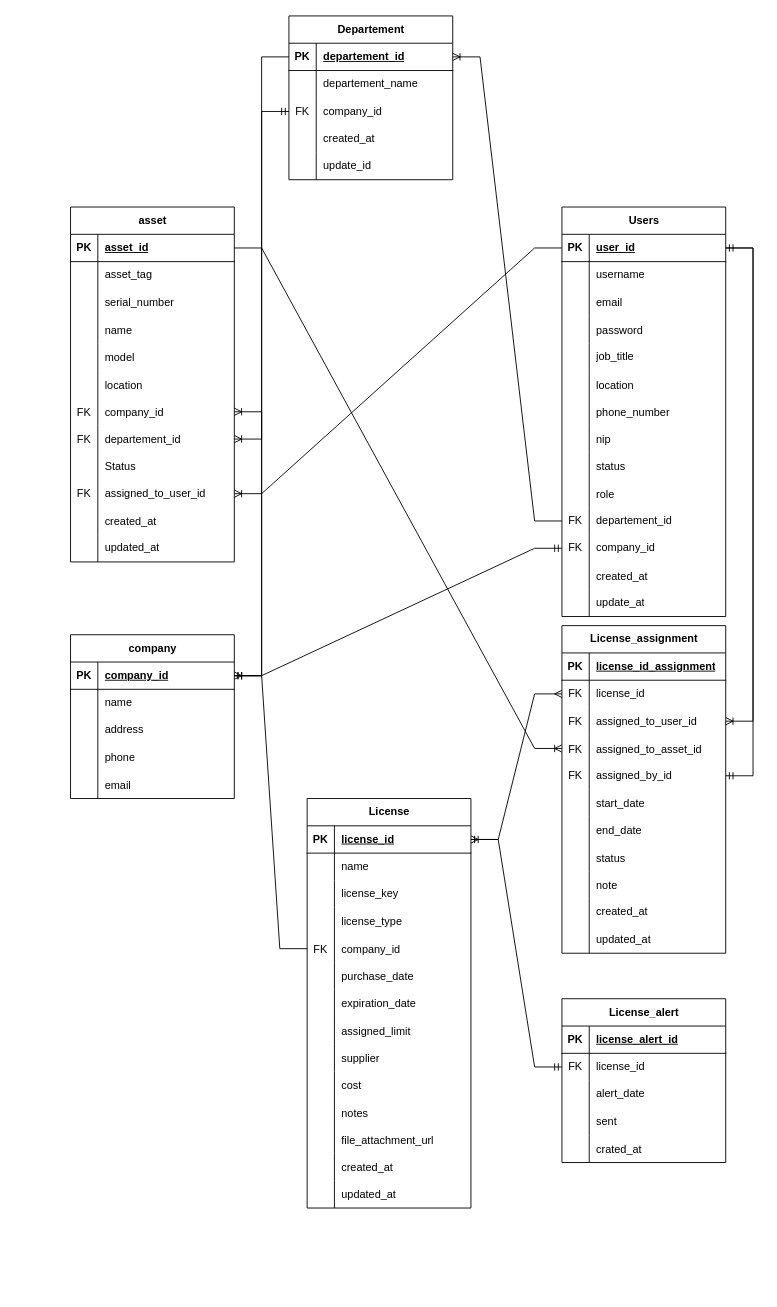
Above: pooling.drawio in ukisatriana/Flow-serv (draw.io), before the change. Source tidied: cells renumbered, new cells numbered last; positions are measured from the earlier drawing's top-left corner, leaving out a move shared by most shapes. Both pictures are drawn from the tidied source at 91%, with x=0, y=0 at pixel (70, 15).
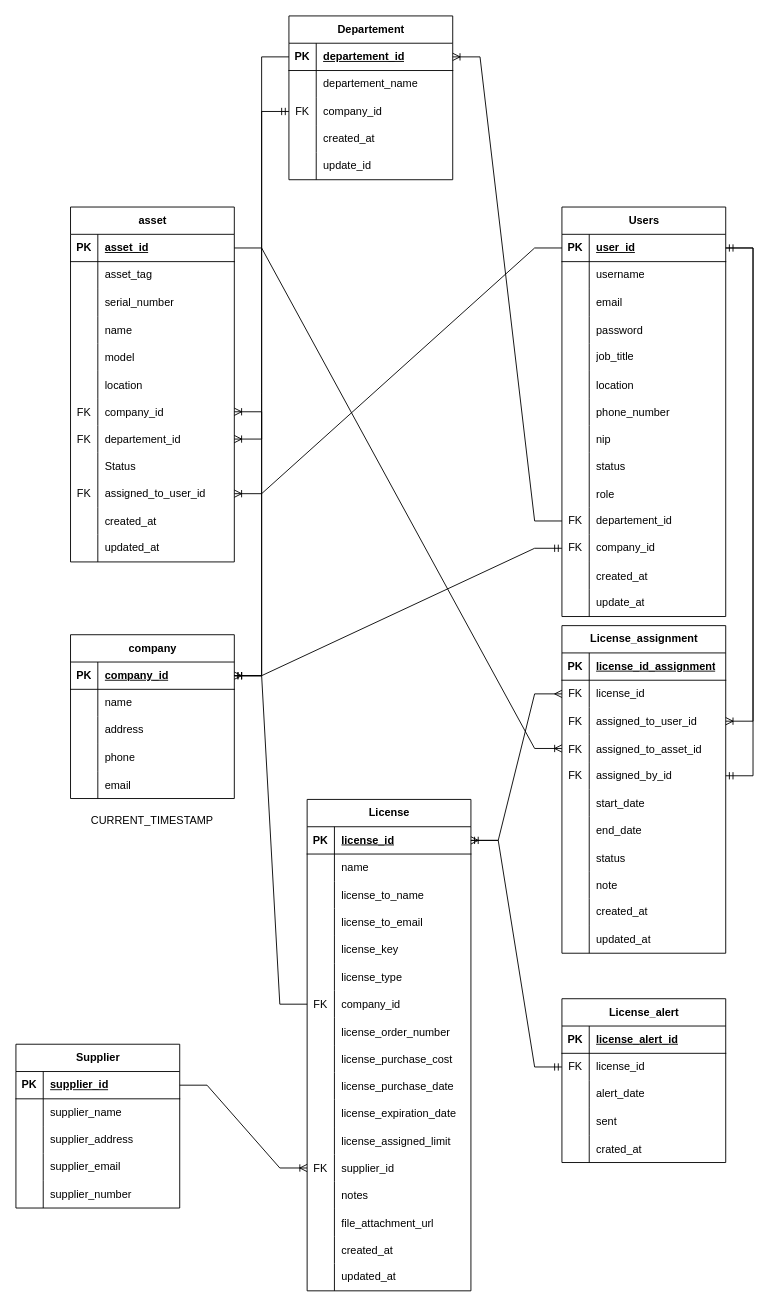
After the change.

Change to the diagram source:
```diff
@@
     <mxCell id="114" value="License" style="shape=table;startSize=30;childLayout=tableLayout;rowLines=0;fontStyle=1;align=center;html=1;" parent="1" vertex="1">
-      <mxGeometry x="260" y="860" width="180" height="450" as="geometry" />
+      <mxGeometry x="260" y="861" width="180" height="540" as="geometry" />
     </mxCell>
@@
+    <mxCell id="219" style="shape=tableRow;horizontal=0;startSize=0;swimlaneHead=0;swimlaneBody=0;fillColor=none;top=0;left=0;right=0;bottom=0;" parent="114" vertex="1">
+      <mxGeometry y="90" width="180" height="30" as="geometry" />
+    </mxCell>
+    <mxCell id="220" style="shape=partialRectangle;fillColor=none;top=0;left=0;bottom=0;right=0;overflow=hidden;" parent="219" vertex="1">
+      <mxGeometry width="30" height="30" as="geometry" />
+    </mxCell>
+    <mxCell id="221" value="license_to_name" style="shape=partialRectangle;fillColor=none;top=0;left=0;bottom=0;right=0;align=left;spacingLeft=6;overflow=hidden;" parent="219" vertex="1">
+      <mxGeometry x="30" width="150" height="30" as="geometry" />
+    </mxCell>
+    <mxCell id="222" style="shape=tableRow;horizontal=0;startSize=0;swimlaneHead=0;swimlaneBody=0;fillColor=none;top=0;left=0;right=0;bottom=0;" parent="114" vertex="1">
+      <mxGeometry y="120" width="180" height="30" as="geometry" />
+    </mxCell>
+    <mxCell id="223" style="shape=partialRectangle;fillColor=none;top=0;left=0;bottom=0;right=0;overflow=hidden;" parent="222" vertex="1">
+      <mxGeometry width="30" height="30" as="geometry" />
+    </mxCell>
+    <mxCell id="224" value="license_to_email" style="shape=partialRectangle;fillColor=none;top=0;left=0;bottom=0;right=0;align=left;spacingLeft=6;overflow=hidden;" parent="222" vertex="1">
+      <mxGeometry x="30" width="150" height="30" as="geometry" />
+    </mxCell>
     <mxCell id="121" style="shape=tableRow;horizontal=0;startSize=0;swimlaneHead=0;swimlaneBody=0;fillColor=none;top=0;left=0;right=0;bottom=0;" parent="114" vertex="1">
-      <mxGeometry y="90" width="180" height="30" as="geometry" />
+      <mxGeometry y="150" width="180" height="30" as="geometry" />
     </mxCell>
@@
     <mxCell id="124" style="shape=tableRow;horizontal=0;startSize=0;swimlaneHead=0;swimlaneBody=0;fillColor=none;top=0;left=0;right=0;bottom=0;" parent="114" vertex="1">
-      <mxGeometry y="120" width="180" height="30" as="geometry" />
+      <mxGeometry y="180" width="180" height="30" as="geometry" />
     </mxCell>
@@
     <mxCell id="127" style="shape=tableRow;horizontal=0;startSize=0;swimlaneHead=0;swimlaneBody=0;fillColor=none;points=[[0,0.5],[1,0.5]];portConstraint=eastwest;top=0;left=0;right=0;bottom=0;" parent="114" vertex="1">
-      <mxGeometry y="150" width="180" height="30" as="geometry" />
+      <mxGeometry y="210" width="180" height="30" as="geometry" />
     </mxCell>
@@
+    <mxCell id="225" style="shape=tableRow;horizontal=0;startSize=0;swimlaneHead=0;swimlaneBody=0;fillColor=none;top=0;left=0;right=0;bottom=0;" parent="114" vertex="1">
+      <mxGeometry y="240" width="180" height="30" as="geometry" />
+    </mxCell>
+    <mxCell id="226" style="shape=partialRectangle;fillColor=none;top=0;left=0;bottom=0;right=0;overflow=hidden;" parent="225" vertex="1">
+      <mxGeometry width="30" height="30" as="geometry" />
+    </mxCell>
+    <mxCell id="227" value="license_order_number" style="shape=partialRectangle;fillColor=none;top=0;left=0;bottom=0;right=0;align=left;spacingLeft=6;overflow=hidden;" parent="225" vertex="1">
+      <mxGeometry x="30" width="150" height="30" as="geometry" />
+    </mxCell>
+    <mxCell id="228" style="shape=tableRow;horizontal=0;startSize=0;swimlaneHead=0;swimlaneBody=0;fillColor=none;top=0;left=0;right=0;bottom=0;" parent="114" vertex="1">
+      <mxGeometry y="270" width="180" height="30" as="geometry" />
+    </mxCell>
+    <mxCell id="229" style="shape=partialRectangle;fillColor=none;top=0;left=0;bottom=0;right=0;overflow=hidden;" parent="228" vertex="1">
+      <mxGeometry width="30" height="30" as="geometry" />
+    </mxCell>
+    <mxCell id="230" value="license_purchase_cost" style="shape=partialRectangle;fillColor=none;top=0;left=0;bottom=0;right=0;align=left;spacingLeft=6;overflow=hidden;" parent="228" vertex="1">
+      <mxGeometry x="30" width="150" height="30" as="geometry" />
+    </mxCell>
     <mxCell id="130" style="shape=tableRow;horizontal=0;startSize=0;swimlaneHead=0;swimlaneBody=0;fillColor=none;top=0;left=0;right=0;bottom=0;" parent="114" vertex="1">
-      <mxGeometry y="180" width="180" height="30" as="geometry" />
+      <mxGeometry y="300" width="180" height="30" as="geometry" />
     </mxCell>
@@
-    <mxCell id="132" value="purchase_date" style="shape=partialRectangle;fillColor=none;top=0;left=0;bottom=0;right=0;align=left;spacingLeft=6;overflow=hidden;" parent="130" vertex="1">
+    <mxCell id="132" value="license_purchase_date" style="shape=partialRectangle;fillColor=none;top=0;left=0;bottom=0;right=0;align=left;spacingLeft=6;overflow=hidden;" parent="130" vertex="1">
       <mxGeometry x="30" width="150" height="30" as="geometry" />
     </mxCell>
     <mxCell id="133" style="shape=tableRow;horizontal=0;startSize=0;swimlaneHead=0;swimlaneBody=0;fillColor=none;top=0;left=0;right=0;bottom=0;" parent="114" vertex="1">
-      <mxGeometry y="210" width="180" height="30" as="geometry" />
+      <mxGeometry y="330" width="180" height="30" as="geometry" />
     </mxCell>
@@
-    <mxCell id="135" value="expiration_date" style="shape=partialRectangle;fillColor=none;top=0;left=0;bottom=0;right=0;align=left;spacingLeft=6;overflow=hidden;" parent="133" vertex="1">
+    <mxCell id="135" value="license_expiration_date" style="shape=partialRectangle;fillColor=none;top=0;left=0;bottom=0;right=0;align=left;spacingLeft=6;overflow=hidden;" parent="133" vertex="1">
       <mxGeometry x="30" width="150" height="30" as="geometry" />
     </mxCell>
     <mxCell id="136" style="shape=tableRow;horizontal=0;startSize=0;swimlaneHead=0;swimlaneBody=0;fillColor=none;top=0;left=0;right=0;bottom=0;" parent="114" vertex="1">
-      <mxGeometry y="240" width="180" height="30" as="geometry" />
+      <mxGeometry y="360" width="180" height="30" as="geometry" />
     </mxCell>
@@
-    <mxCell id="138" value="assigned_limit" style="shape=partialRectangle;fillColor=none;top=0;left=0;bottom=0;right=0;align=left;spacingLeft=6;overflow=hidden;" parent="136" vertex="1">
+    <mxCell id="138" value="license_assigned_limit" style="shape=partialRectangle;fillColor=none;top=0;left=0;bottom=0;right=0;align=left;spacingLeft=6;overflow=hidden;" parent="136" vertex="1">
       <mxGeometry x="30" width="150" height="30" as="geometry" />
     </mxCell>
     <mxCell id="139" style="shape=tableRow;horizontal=0;startSize=0;swimlaneHead=0;swimlaneBody=0;fillColor=none;points=[[0,0.5],[1,0.5]];portConstraint=eastwest;top=0;left=0;right=0;bottom=0;" parent="114" vertex="1">
-      <mxGeometry y="270" width="180" height="30" as="geometry" />
+      <mxGeometry y="390" width="180" height="30" as="geometry" />
     </mxCell>
-    <mxCell id="140" style="shape=partialRectangle;fillColor=none;top=0;left=0;bottom=0;right=0;overflow=hidden;" parent="139" vertex="1">
+    <mxCell id="140" value="FK" style="shape=partialRectangle;fillColor=none;top=0;left=0;bottom=0;right=0;overflow=hidden;" parent="139" vertex="1">
       <mxGeometry width="30" height="30" as="geometry" />
     </mxCell>
-    <mxCell id="141" value="supplier" style="shape=partialRectangle;fillColor=none;top=0;left=0;bottom=0;right=0;align=left;spacingLeft=6;overflow=hidden;" parent="139" vertex="1">
+    <mxCell id="141" value="supplier_id" style="shape=partialRectangle;fillColor=none;top=0;left=0;bottom=0;right=0;align=left;spacingLeft=6;overflow=hidden;" parent="139" vertex="1">
       <mxGeometry x="30" width="150" height="30" as="geometry" />
     </mxCell>
-    <mxCell id="142" style="shape=tableRow;horizontal=0;startSize=0;swimlaneHead=0;swimlaneBody=0;fillColor=none;top=0;left=0;right=0;bottom=0;" parent="114" vertex="1">
-      <mxGeometry y="300" width="180" height="30" as="geometry" />
-    </mxCell>
-    <mxCell id="143" style="shape=partialRectangle;fillColor=none;top=0;left=0;bottom=0;right=0;overflow=hidden;" parent="142" vertex="1">
-      <mxGeometry width="30" height="30" as="geometry" />
-    </mxCell>
-    <mxCell id="144" value="cost" style="shape=partialRectangle;fillColor=none;top=0;left=0;bottom=0;right=0;align=left;spacingLeft=6;overflow=hidden;" parent="142" vertex="1">
-      <mxGeometry x="30" width="150" height="30" as="geometry" />
-    </mxCell>
     <mxCell id="145" style="shape=tableRow;horizontal=0;startSize=0;swimlaneHead=0;swimlaneBody=0;fillColor=none;top=0;left=0;right=0;bottom=0;" parent="114" vertex="1">
-      <mxGeometry y="330" width="180" height="30" as="geometry" />
+      <mxGeometry y="420" width="180" height="30" as="geometry" />
     </mxCell>
@@
     <mxCell id="148" style="shape=tableRow;horizontal=0;startSize=0;swimlaneHead=0;swimlaneBody=0;fillColor=none;top=0;left=0;right=0;bottom=0;" parent="114" vertex="1">
-      <mxGeometry y="360" width="180" height="30" as="geometry" />
+      <mxGeometry y="450" width="180" height="30" as="geometry" />
     </mxCell>
@@
     <mxCell id="151" style="shape=tableRow;horizontal=0;startSize=0;swimlaneHead=0;swimlaneBody=0;fillColor=none;top=0;left=0;right=0;bottom=0;" parent="114" vertex="1">
-      <mxGeometry y="390" width="180" height="30" as="geometry" />
+      <mxGeometry y="480" width="180" height="30" as="geometry" />
     </mxCell>
@@
     <mxCell id="154" style="shape=tableRow;horizontal=0;startSize=0;swimlaneHead=0;swimlaneBody=0;fillColor=none;top=0;left=0;right=0;bottom=0;" parent="114" vertex="1">
-      <mxGeometry y="420" width="180" height="30" as="geometry" />
+      <mxGeometry y="510" width="180" height="30" as="geometry" />
     </mxCell>
@@
+    <mxCell id="231" value="CURRENT_TIMESTAMP" style="text;html=1;align=center;verticalAlign=middle;whiteSpace=wrap;rounded=0;" parent="1" vertex="1">
+      <mxGeometry x="60" y="870" width="60" height="30" as="geometry" />
+    </mxCell>
+    <mxCell id="232" value="Supplier" style="shape=table;startSize=30;childLayout=tableLayout;rowLines=0;fontStyle=1;align=center;html=1;" parent="1" vertex="1">
+      <mxGeometry x="-60" y="1130" width="180" height="180" as="geometry" />
+    </mxCell>
+    <mxCell id="233" style="shape=tableRow;horizontal=0;startSize=0;swimlaneHead=0;swimlaneBody=0;fillColor=none;points=[[0,0.5],[1,0.5]];portConstraint=eastwest;top=0;left=0;right=0;bottom=1;" parent="232" vertex="1">
+      <mxGeometry y="30" width="180" height="30" as="geometry" />
+    </mxCell>
+    <mxCell id="234" value="PK" style="shape=partialRectangle;fillColor=none;top=0;left=0;bottom=0;right=0;fontStyle=1;overflow=hidden;whiteSpace=wrap;html=1;" parent="233" vertex="1">
+      <mxGeometry width="30" height="30" as="geometry" />
+    </mxCell>
+    <mxCell id="235" value="supplier_id" style="shape=partialRectangle;fillColor=none;top=0;left=0;bottom=0;right=0;align=left;spacingLeft=6;fontStyle=5;overflow=hidden;whiteSpace=wrap;html=1;" parent="233" vertex="1">
+      <mxGeometry x="30" width="150" height="30" as="geometry" />
+    </mxCell>
+    <mxCell id="236" style="shape=tableRow;horizontal=0;startSize=0;swimlaneHead=0;swimlaneBody=0;fillColor=none;top=0;left=0;right=0;bottom=0;" parent="232" vertex="1">
+      <mxGeometry y="60" width="180" height="30" as="geometry" />
+    </mxCell>
+    <mxCell id="237" style="shape=partialRectangle;fillColor=none;top=0;left=0;bottom=0;right=0;overflow=hidden;whiteSpace=wrap;html=1;" parent="236" vertex="1">
+      <mxGeometry width="30" height="30" as="geometry" />
+    </mxCell>
+    <mxCell id="238" value="supplier_name" style="shape=partialRectangle;fillColor=none;top=0;left=0;bottom=0;right=0;align=left;spacingLeft=6;overflow=hidden;whiteSpace=wrap;html=1;" parent="236" vertex="1">
+      <mxGeometry x="30" width="150" height="30" as="geometry" />
+    </mxCell>
+    <mxCell id="239" style="shape=tableRow;horizontal=0;startSize=0;swimlaneHead=0;swimlaneBody=0;fillColor=none;top=0;left=0;right=0;bottom=0;" parent="232" vertex="1">
+      <mxGeometry y="90" width="180" height="30" as="geometry" />
+    </mxCell>
+    <mxCell id="240" style="shape=partialRectangle;fillColor=none;top=0;left=0;bottom=0;right=0;overflow=hidden;whiteSpace=wrap;html=1;" parent="239" vertex="1">
+      <mxGeometry width="30" height="30" as="geometry" />
+    </mxCell>
+    <mxCell id="241" value="supplier_address" style="shape=partialRectangle;fillColor=none;top=0;left=0;bottom=0;right=0;align=left;spacingLeft=6;overflow=hidden;whiteSpace=wrap;html=1;" parent="239" vertex="1">
+      <mxGeometry x="30" width="150" height="30" as="geometry" />
+    </mxCell>
+    <mxCell id="242" style="shape=tableRow;horizontal=0;startSize=0;swimlaneHead=0;swimlaneBody=0;fillColor=none;top=0;left=0;right=0;bottom=0;" parent="232" vertex="1">
+      <mxGeometry y="120" width="180" height="30" as="geometry" />
+    </mxCell>
+    <mxCell id="243" style="shape=partialRectangle;fillColor=none;top=0;left=0;bottom=0;right=0;overflow=hidden;whiteSpace=wrap;html=1;" parent="242" vertex="1">
+      <mxGeometry width="30" height="30" as="geometry" />
+    </mxCell>
+    <mxCell id="244" value="supplier_email" style="shape=partialRectangle;fillColor=none;top=0;left=0;bottom=0;right=0;align=left;spacingLeft=6;overflow=hidden;whiteSpace=wrap;html=1;" parent="242" vertex="1">
+      <mxGeometry x="30" width="150" height="30" as="geometry" />
+    </mxCell>
+    <mxCell id="245" style="shape=tableRow;horizontal=0;startSize=0;swimlaneHead=0;swimlaneBody=0;fillColor=none;top=0;left=0;right=0;bottom=0;" parent="232" vertex="1">
+      <mxGeometry y="150" width="180" height="30" as="geometry" />
+    </mxCell>
+    <mxCell id="246" style="shape=partialRectangle;fillColor=none;top=0;left=0;bottom=0;right=0;overflow=hidden;" parent="245" vertex="1">
+      <mxGeometry width="30" height="30" as="geometry" />
+    </mxCell>
+    <mxCell id="247" value="supplier_number" style="shape=partialRectangle;fillColor=none;top=0;left=0;bottom=0;right=0;align=left;spacingLeft=6;overflow=hidden;" parent="245" vertex="1">
+      <mxGeometry x="30" width="150" height="30" as="geometry" />
+    </mxCell>
+    <mxCell id="248" style="edgeStyle=entityRelationEdgeStyle;fontSize=12;html=1;endArrow=ERoneToMany;rounded=0;" parent="1" edge="1" source="233" target="139">
+      <mxGeometry relative="1" as="geometry" />
+    </mxCell>
```
